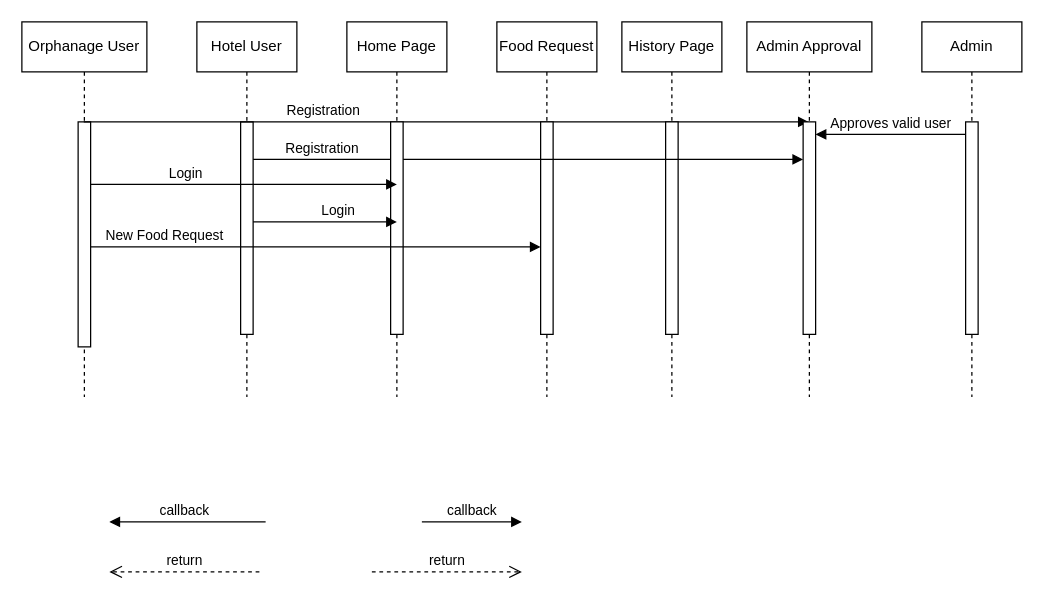
The draw.io diagram sequenceDiagram.drawio in Sriram-V-99/MCA-Project-, before the edit. Source tidied: cells renumbered, new cells numbered last; positions are measured from the earlier drawing's top-left corner, leaving out a move shared by most shapes. Both pictures are drawn from the tidied source at 125%, with x=0, y=0 at pixel (21, 21).
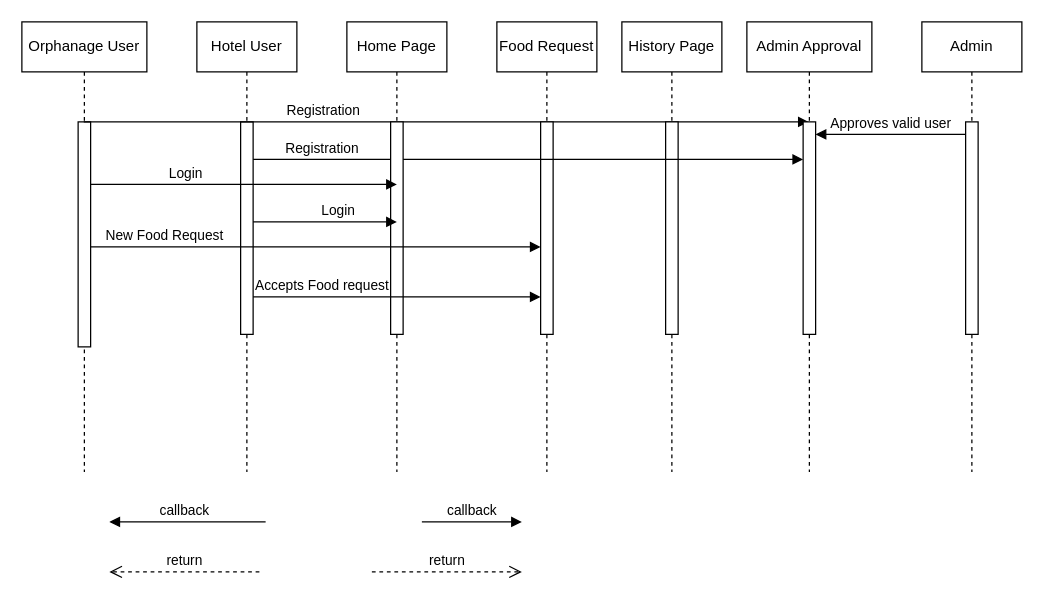
The same diagram, later.

Unchanged cells that the change refers to:
```xml
<mxCell id="5" style="html=1;points=[];perimeter=orthogonalPerimeter;outlineConnect=0;targetShapes=umlLifeline;portConstraint=eastwest;newEdgeStyle={&quot;edgeStyle&quot;:&quot;elbowEdgeStyle&quot;,&quot;elbow&quot;:&quot;vertical&quot;,&quot;curved&quot;:0,&quot;rounded&quot;:0};" parent="4" vertex="1">
  <mxGeometry x="35" y="80" width="10" height="170" as="geometry" />
</mxCell>
<mxCell id="13" style="html=1;points=[];perimeter=orthogonalPerimeter;outlineConnect=0;targetShapes=umlLifeline;portConstraint=eastwest;newEdgeStyle={&quot;edgeStyle&quot;:&quot;elbowEdgeStyle&quot;,&quot;elbow&quot;:&quot;vertical&quot;,&quot;curved&quot;:0,&quot;rounded&quot;:0};" parent="12" vertex="1">
  <mxGeometry x="35" y="80" width="10" height="170" as="geometry" />
</mxCell>
```

What changed in the source:
```diff
@@
     <mxCell id="2" value="Orphanage User" style="shape=umlLifeline;perimeter=lifelinePerimeter;whiteSpace=wrap;html=1;newEdgeStyle={&quot;edgeStyle&quot;:&quot;elbowEdgeStyle&quot;,&quot;elbow&quot;:&quot;vertical&quot;,&quot;curved&quot;:0,&quot;rounded&quot;:0};" parent="1" vertex="1">
-      <mxGeometry width="100" height="300" as="geometry" />
+      <mxGeometry width="100" height="360" as="geometry" />
     </mxCell>
@@
     <mxCell id="4" value="Hotel User" style="shape=umlLifeline;perimeter=lifelinePerimeter;whiteSpace=wrap;html=1;newEdgeStyle={&quot;edgeStyle&quot;:&quot;elbowEdgeStyle&quot;,&quot;elbow&quot;:&quot;vertical&quot;,&quot;curved&quot;:0,&quot;rounded&quot;:0};" parent="1" vertex="1">
-      <mxGeometry x="140" width="80" height="300" as="geometry" />
+      <mxGeometry x="140" width="80" height="360" as="geometry" />
     </mxCell>
@@
     <mxCell id="10" value="Admin" style="shape=umlLifeline;perimeter=lifelinePerimeter;whiteSpace=wrap;html=1;newEdgeStyle={&quot;edgeStyle&quot;:&quot;elbowEdgeStyle&quot;,&quot;elbow&quot;:&quot;vertical&quot;,&quot;curved&quot;:0,&quot;rounded&quot;:0};" parent="1" vertex="1">
-      <mxGeometry x="720" width="80" height="300" as="geometry" />
+      <mxGeometry x="720" width="80" height="360" as="geometry" />
     </mxCell>
@@
     <mxCell id="12" value="Food Request" style="shape=umlLifeline;perimeter=lifelinePerimeter;whiteSpace=wrap;html=1;newEdgeStyle={&quot;edgeStyle&quot;:&quot;elbowEdgeStyle&quot;,&quot;elbow&quot;:&quot;vertical&quot;,&quot;curved&quot;:0,&quot;rounded&quot;:0};" parent="1" vertex="1">
-      <mxGeometry x="380" width="80" height="300" as="geometry" />
+      <mxGeometry x="380" width="80" height="360" as="geometry" />
     </mxCell>
@@
     <mxCell id="14" value="History Page" style="shape=umlLifeline;perimeter=lifelinePerimeter;whiteSpace=wrap;html=1;newEdgeStyle={&quot;edgeStyle&quot;:&quot;elbowEdgeStyle&quot;,&quot;elbow&quot;:&quot;vertical&quot;,&quot;curved&quot;:0,&quot;rounded&quot;:0};" parent="1" vertex="1">
-      <mxGeometry x="480" width="80" height="300" as="geometry" />
+      <mxGeometry x="480" width="80" height="360" as="geometry" />
     </mxCell>
@@
     <mxCell id="16" value="Admin Approval" style="shape=umlLifeline;perimeter=lifelinePerimeter;whiteSpace=wrap;html=1;newEdgeStyle={&quot;edgeStyle&quot;:&quot;elbowEdgeStyle&quot;,&quot;elbow&quot;:&quot;vertical&quot;,&quot;curved&quot;:0,&quot;rounded&quot;:0};" parent="1" vertex="1">
-      <mxGeometry x="580" width="100" height="300" as="geometry" />
+      <mxGeometry x="580" width="100" height="360" as="geometry" />
     </mxCell>
@@
     <mxCell id="21" value="Home Page" style="shape=umlLifeline;perimeter=lifelinePerimeter;whiteSpace=wrap;html=1;newEdgeStyle={&quot;edgeStyle&quot;:&quot;elbowEdgeStyle&quot;,&quot;elbow&quot;:&quot;vertical&quot;,&quot;curved&quot;:0,&quot;rounded&quot;:0};" parent="1" vertex="1">
-      <mxGeometry x="260" width="80" height="300" as="geometry" />
+      <mxGeometry x="260" width="80" height="360" as="geometry" />
     </mxCell>
@@
+    <mxCell id="26" value="Accepts Food request" style="html=1;verticalAlign=bottom;endArrow=block;edgeStyle=elbowEdgeStyle;elbow=vertical;curved=0;rounded=0;" parent="1" edge="1" source="5" target="13">
+      <mxGeometry x="-0.52" relative="1" as="geometry">
+        <Array as="points">
+          <mxPoint x="340" y="220" />
+        </Array>
+      </mxGeometry>
+    </mxCell>
```
